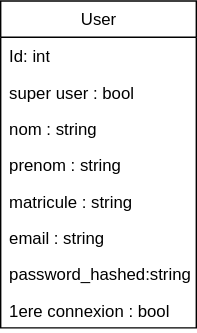
fetohiaras/projet-genilog-is keeps this draw.io diagram as BDD/User.svg. Above is the earlier version. Source tidied: cells renumbered, new cells last; positions are measured from the earlier drawing's top-left corner, leaving out a move shared by most shapes.
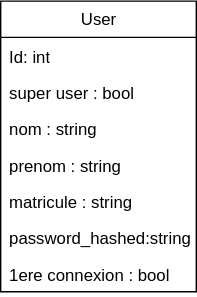
The same diagram one commit later.

Diff of the diagram source:
```diff
@@ -3,7 +3,7 @@
     <mxCell id="0" />
     <mxCell id="1" parent="0" />
     <mxCell id="2" value="User" style="swimlane;fontStyle=0;horizontal=1;startSize=26;fillColor=none;whiteSpace=wrap;html=1;" parent="1" vertex="1">
-      <mxGeometry width="140" height="234" as="geometry" />
+      <mxGeometry width="140" height="208" as="geometry" />
     </mxCell>
     <mxCell id="3" value="Id: int" style="text;strokeColor=none;fillColor=none;align=left;verticalAlign=top;spacingLeft=4;spacingRight=4;overflow=hidden;whiteSpace=wrap;html=1;" parent="2" vertex="1">
       <mxGeometry y="26" width="140" height="26" as="geometry" />
@@ -20,14 +20,11 @@
     <mxCell id="7" value="matricule : string" style="text;strokeColor=none;fillColor=none;align=left;verticalAlign=top;spacingLeft=4;spacingRight=4;overflow=hidden;whiteSpace=wrap;html=1;" parent="2" vertex="1">
       <mxGeometry y="130" width="140" height="26" as="geometry" />
     </mxCell>
-    <mxCell id="8" value="email : string" style="text;strokeColor=none;fillColor=none;align=left;verticalAlign=top;spacingLeft=4;spacingRight=4;overflow=hidden;whiteSpace=wrap;html=1;" parent="2" vertex="1">
-      <mxGeometry y="156" width="140" height="26" as="geometry" />
-    </mxCell>
     <mxCell id="9" value="password_hashed:string" style="text;strokeColor=none;fillColor=none;align=left;verticalAlign=top;spacingLeft=4;spacingRight=4;overflow=hidden;whiteSpace=wrap;html=1;" parent="2" vertex="1">
-      <mxGeometry y="182" width="140" height="26" as="geometry" />
+      <mxGeometry y="156" width="140" height="26" as="geometry" />
     </mxCell>
     <mxCell id="10" value="1ere connexion : bool" style="text;strokeColor=none;fillColor=none;align=left;verticalAlign=top;spacingLeft=4;spacingRight=4;overflow=hidden;whiteSpace=wrap;html=1;" parent="2" vertex="1">
-      <mxGeometry y="208" width="140" height="26" as="geometry" />
+      <mxGeometry y="182" width="140" height="26" as="geometry" />
     </mxCell>
   </root>
 </mxGraphModel>
```
